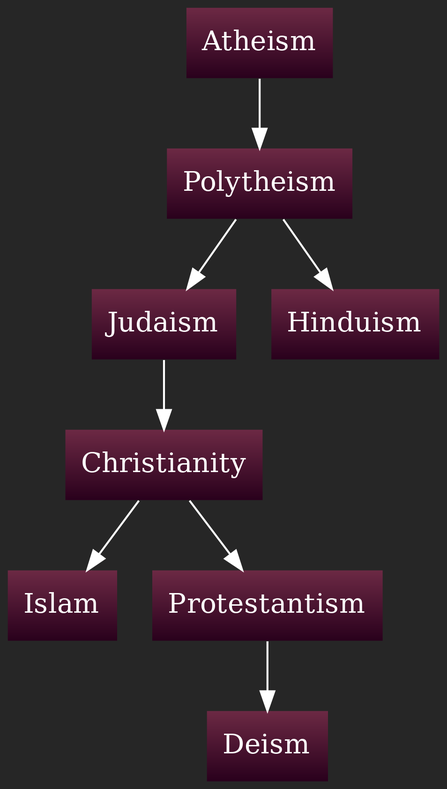
Earlier version of the Graphviz export graphs/Our_Ideological_Spiritual_Lineage_is_an_evolutionary_heritage,_delineated_by_major_reformational_events.png (julianfl0w/Deism). Its source is kept beside it as graphs/Our_Ideological_Spiritual_Lineage_is_an_evolutionary_heritage,_delineated_by_major_reformational_events.dot.
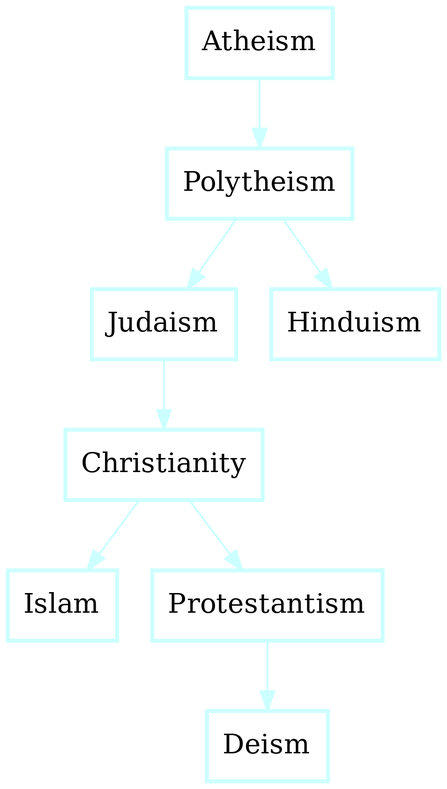
The same diagram one commit later.

Change to the diagram source:
```diff
@@ -1,24 +1,24 @@
 digraph D {
 rankdir = TB
 style = filled
-fontcolor = white
-color = white
-bgcolor = "#262626"
+fontcolor = black
+color = black
+bgcolor = white
 gradientangle = 0
 dpi = 300
-"cluster_75" [rankdir=TB, shape=box, penwidth=0, color=black, fontcolor=white, fillcolor="#6C2944:#29001C", style=filled, gradientangle=270.05, label="Atheism"]
-"cluster_76" [rankdir=TB, shape=box, penwidth=0, color=black, fontcolor=white, fillcolor="#6C2944:#29001C", style=filled, gradientangle=270.05, label="Polytheism"]
-"cluster_77" [rankdir=TB, shape=box, penwidth=0, color=black, fontcolor=white, fillcolor="#6C2944:#29001C", style=filled, gradientangle=270.05, label="Judaism"]
-"cluster_78" [rankdir=TB, shape=box, penwidth=0, color=black, fontcolor=white, fillcolor="#6C2944:#29001C", style=filled, gradientangle=270.05, label="Christianity"]
-"cluster_79" [rankdir=TB, shape=box, penwidth=0, color=black, fontcolor=white, fillcolor="#6C2944:#29001C", style=filled, gradientangle=270.05, label="Islam"]
-"cluster_78" -> "cluster_79" [color=white, penwidth=1, ltail="cluster_78", lhead="cluster_79"]
-"cluster_80" [rankdir=TB, shape=box, penwidth=0, color=black, fontcolor=white, fillcolor="#6C2944:#29001C", style=filled, gradientangle=270.05, label="Protestantism"]
-"cluster_81" [rankdir=TB, shape=box, penwidth=0, color=black, fontcolor=white, fillcolor="#6C2944:#29001C", style=filled, gradientangle=270.05, label="Deism"]
-"cluster_80" -> "cluster_81" [color=white, penwidth=1, ltail="cluster_80", lhead="cluster_81"]
-"cluster_78" -> "cluster_80" [color=white, penwidth=1, ltail="cluster_80", lhead="cluster_81"]
-"cluster_77" -> "cluster_78" [color=white, penwidth=1, ltail="cluster_80", lhead="cluster_81"]
-"cluster_76" -> "cluster_77" [color=white, penwidth=1, ltail="cluster_80", lhead="cluster_81"]
-"cluster_82" [rankdir=TB, shape=box, penwidth=0, color=black, fontcolor=white, fillcolor="#6C2944:#29001C", style=filled, gradientangle=270.05, label="Hinduism"]
-"cluster_76" -> "cluster_82" [color=white, penwidth=1, ltail="cluster_76", lhead="cluster_82"]
-"cluster_75" -> "cluster_76" [color=white, penwidth=1, ltail="cluster_76", lhead="cluster_82"]
+"cluster_76" [rankdir=TB, shape=box, penwidth=2, color="#ccffff", fontcolor=black, fillcolor=white, style=filled, gradientangle=270.05, label="Atheism"]
+"cluster_77" [rankdir=TB, shape=box, penwidth=2, color="#ccffff", fontcolor=black, fillcolor=white, style=filled, gradientangle=270.05, label="Polytheism"]
+"cluster_78" [rankdir=TB, shape=box, penwidth=2, color="#ccffff", fontcolor=black, fillcolor=white, style=filled, gradientangle=270.05, label="Judaism"]
+"cluster_79" [rankdir=TB, shape=box, penwidth=2, color="#ccffff", fontcolor=black, fillcolor=white, style=filled, gradientangle=270.05, label="Christianity"]
+"cluster_80" [rankdir=TB, shape=box, penwidth=2, color="#ccffff", fontcolor=black, fillcolor=white, style=filled, gradientangle=270.05, label="Islam"]
+"cluster_79" -> "cluster_80" [color="#ccffff", penwidth=1, ltail="cluster_79", lhead="cluster_80"]
+"cluster_81" [rankdir=TB, shape=box, penwidth=2, color="#ccffff", fontcolor=black, fillcolor=white, style=filled, gradientangle=270.05, label="Protestantism"]
+"cluster_82" [rankdir=TB, shape=box, penwidth=2, color="#ccffff", fontcolor=black, fillcolor=white, style=filled, gradientangle=270.05, label="Deism"]
+"cluster_81" -> "cluster_82" [color="#ccffff", penwidth=1, ltail="cluster_81", lhead="cluster_82"]
+"cluster_79" -> "cluster_81" [color="#ccffff", penwidth=1, ltail="cluster_81", lhead="cluster_82"]
+"cluster_78" -> "cluster_79" [color="#ccffff", penwidth=1, ltail="cluster_81", lhead="cluster_82"]
+"cluster_77" -> "cluster_78" [color="#ccffff", penwidth=1, ltail="cluster_81", lhead="cluster_82"]
+"cluster_83" [rankdir=TB, shape=box, penwidth=2, color="#ccffff", fontcolor=black, fillcolor=white, style=filled, gradientangle=270.05, label="Hinduism"]
+"cluster_77" -> "cluster_83" [color="#ccffff", penwidth=1, ltail="cluster_77", lhead="cluster_83"]
+"cluster_76" -> "cluster_77" [color="#ccffff", penwidth=1, ltail="cluster_77", lhead="cluster_83"]
 }
```
